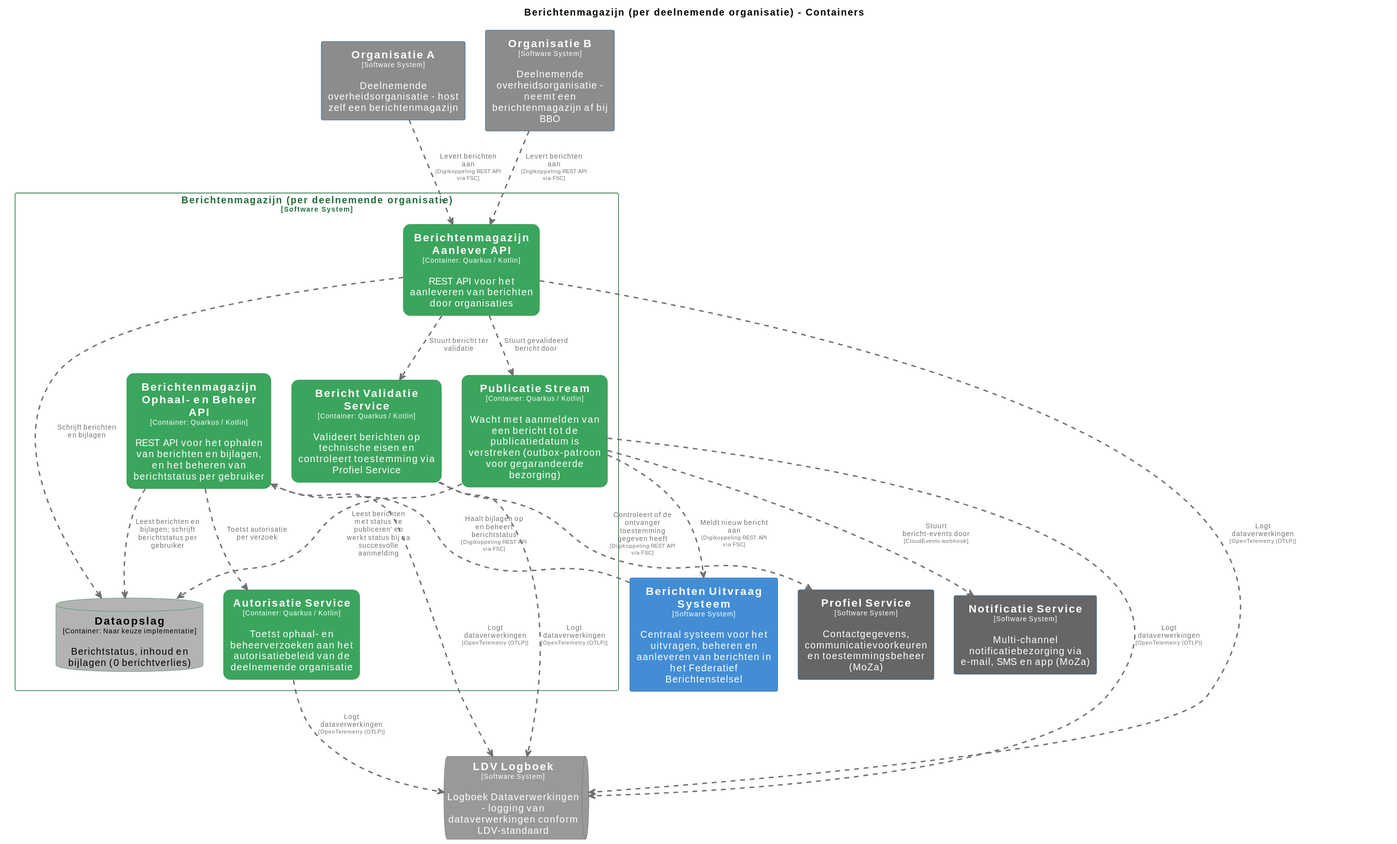
MinBZK/moza-poc-fbs-berichtenbox keeps this PlantUML diagram as pr-preview/pr-22/master/svg/BerichtenmagazijnContainers.svg. Above is the earlier version. Its source is kept beside it as pr-preview/pr-22/master/puml/BerichtenmagazijnContainers.puml.
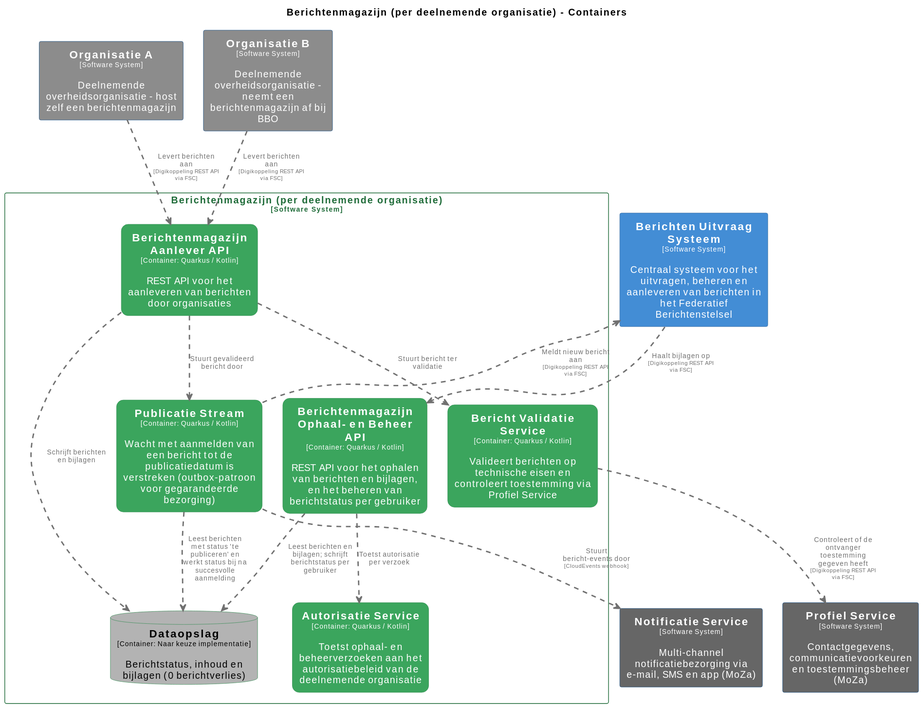
After the change.

Change to the diagram source:
```diff
@@ -55,12 +55,6 @@
   BorderColor #2d8a4e
   shadowing false
 }
-skinparam queue<<LDVLogboek>> {
-  BackgroundColor #999999
-  FontColor #ffffff
-  BorderColor #6b6b6b
-  shadowing false
-}
 skinparam rectangle<<NotificatieService>> {
   BackgroundColor #666666
   FontColor #ffffff
@@ -103,7 +97,6 @@
 rectangle "==Organisatie A\n<size:10>[Software System]</size>\n\nDeelnemende overheidsorganisatie - host zelf een berichtenmagazijn" <<OrganisatieA>> as OrganisatieA
 rectangle "==Organisatie B\n<size:10>[Software System]</size>\n\nDeelnemende overheidsorganisatie - neemt een berichtenmagazijn af bij BBO" <<OrganisatieB>> as OrganisatieB
 rectangle "==Berichten Uitvraag Systeem\n<size:10>[Software System]</size>\n\nCentraal systeem voor het uitvragen, beheren en aanleveren van berichten in het Federatief Berichtenstelsel" <<BerichtenUitvraagSysteem>> as BerichtenUitvraagSysteem
-queue "==LDV Logboek\n<size:10>[Software System]</size>\n\nLogboek Dataverwerkingen - logging van dataverwerkingen conform LDV-standaard" <<LDVLogboek>> as LDVLogboek
 
 rectangle "Berichtenmagazijn (per deelnemende organisatie)\n<size:10>[Software System]</size>" <<Berichtenmagazijnperdeelnemendeorganisatie>> {
   rectangle "==Berichtenmagazijn Ophaal- en Beheer API\n<size:10>[Container: Quarkus / Kotlin]</size>\n\nREST API voor het ophalen van berichten en bijlagen, en het beheren van berichtstatus per gebruiker" <<Berichtenmagazijnperdeelnemendeorganisatie.BerichtenmagazijnOphaalenBeheerAPI>> as Berichtenmagazijnperdeelnemendeorganisatie.BerichtenmagazijnOphaalenBeheerAPI
@@ -114,21 +107,16 @@
   rectangle "==Autorisatie Service\n<size:10>[Container: Quarkus / Kotlin]</size>\n\nToetst ophaal- en beheerverzoeken aan het autorisatiebeleid van de deelnemende organisatie" <<Berichtenmagazijnperdeelnemendeorganisatie.AutorisatieService>> as Berichtenmagazijnperdeelnemendeorganisatie.AutorisatieService
 }
 
+Berichtenmagazijnperdeelnemendeorganisatie.PublicatieStream .[#707070,thickness=2].> BerichtenUitvraagSysteem : "<color:#707070>Meldt nieuw bericht aan\n<color:#707070><size:8>[Digikoppeling REST API via FSC]</size>"
+Berichtenmagazijnperdeelnemendeorganisatie.PublicatieStream .[#707070,thickness=2].> NotificatieService : "<color:#707070>Stuurt bericht-events door\n<color:#707070><size:8>[CloudEvents webhook]</size>"
 OrganisatieA .[#707070,thickness=2].> Berichtenmagazijnperdeelnemendeorganisatie.BerichtenmagazijnAanleverAPI : "<color:#707070>Levert berichten aan\n<color:#707070><size:8>[Digikoppeling REST API via FSC]</size>"
 OrganisatieB .[#707070,thickness=2].> Berichtenmagazijnperdeelnemendeorganisatie.BerichtenmagazijnAanleverAPI : "<color:#707070>Levert berichten aan\n<color:#707070><size:8>[Digikoppeling REST API via FSC]</size>"
 Berichtenmagazijnperdeelnemendeorganisatie.BerichtValidatieService .[#707070,thickness=2].> ProfielService : "<color:#707070>Controleert of de ontvanger toestemming gegeven heeft\n<color:#707070><size:8>[Digikoppeling REST API via FSC]</size>"
-Berichtenmagazijnperdeelnemendeorganisatie.BerichtenmagazijnOphaalenBeheerAPI .[#707070,thickness=2].> LDVLogboek : "<color:#707070>Logt dataverwerkingen\n<color:#707070><size:8>[OpenTelemetry (OTLP)]</size>"
-Berichtenmagazijnperdeelnemendeorganisatie.BerichtenmagazijnAanleverAPI .[#707070,thickness=2].> LDVLogboek : "<color:#707070>Logt dataverwerkingen\n<color:#707070><size:8>[OpenTelemetry (OTLP)]</size>"
-Berichtenmagazijnperdeelnemendeorganisatie.BerichtValidatieService .[#707070,thickness=2].> LDVLogboek : "<color:#707070>Logt dataverwerkingen\n<color:#707070><size:8>[OpenTelemetry (OTLP)]</size>"
-Berichtenmagazijnperdeelnemendeorganisatie.AutorisatieService .[#707070,thickness=2].> LDVLogboek : "<color:#707070>Logt dataverwerkingen\n<color:#707070><size:8>[OpenTelemetry (OTLP)]</size>"
-Berichtenmagazijnperdeelnemendeorganisatie.PublicatieStream .[#707070,thickness=2].> LDVLogboek : "<color:#707070>Logt dataverwerkingen\n<color:#707070><size:8>[OpenTelemetry (OTLP)]</size>"
 Berichtenmagazijnperdeelnemendeorganisatie.BerichtenmagazijnOphaalenBeheerAPI .[#707070,thickness=2].> Berichtenmagazijnperdeelnemendeorganisatie.Dataopslag : "<color:#707070>Leest berichten en bijlagen; schrijft berichtstatus per gebruiker"
 Berichtenmagazijnperdeelnemendeorganisatie.BerichtenmagazijnAanleverAPI .[#707070,thickness=2].> Berichtenmagazijnperdeelnemendeorganisatie.Dataopslag : "<color:#707070>Schrijft berichten en bijlagen"
 Berichtenmagazijnperdeelnemendeorganisatie.BerichtenmagazijnAanleverAPI .[#707070,thickness=2].> Berichtenmagazijnperdeelnemendeorganisatie.BerichtValidatieService : "<color:#707070>Stuurt bericht ter validatie"
 Berichtenmagazijnperdeelnemendeorganisatie.BerichtenmagazijnAanleverAPI .[#707070,thickness=2].> Berichtenmagazijnperdeelnemendeorganisatie.PublicatieStream : "<color:#707070>Stuurt gevalideerd bericht door"
 Berichtenmagazijnperdeelnemendeorganisatie.PublicatieStream .[#707070,thickness=2].> Berichtenmagazijnperdeelnemendeorganisatie.Dataopslag : "<color:#707070>Leest berichten met status 'te publiceren' en werkt status bij na succesvolle aanmelding"
 Berichtenmagazijnperdeelnemendeorganisatie.BerichtenmagazijnOphaalenBeheerAPI .[#707070,thickness=2].> Berichtenmagazijnperdeelnemendeorganisatie.AutorisatieService : "<color:#707070>Toetst autorisatie per verzoek"
-BerichtenUitvraagSysteem .[#707070,thickness=2].> Berichtenmagazijnperdeelnemendeorganisatie.BerichtenmagazijnOphaalenBeheerAPI : "<color:#707070>Haalt bijlagen op en beheert berichtstatus\n<color:#707070><size:8>[Digikoppeling REST API via FSC]</size>"
-Berichtenmagazijnperdeelnemendeorganisatie.PublicatieStream .[#707070,thickness=2].> BerichtenUitvraagSysteem : "<color:#707070>Meldt nieuw bericht aan\n<color:#707070><size:8>[Digikoppeling REST API via FSC]</size>"
-Berichtenmagazijnperdeelnemendeorganisatie.PublicatieStream .[#707070,thickness=2].> NotificatieService : "<color:#707070>Stuurt bericht-events door\n<color:#707070><size:8>[CloudEvents webhook]</size>"
+BerichtenUitvraagSysteem .[#707070,thickness=2].> Berichtenmagazijnperdeelnemendeorganisatie.BerichtenmagazijnOphaalenBeheerAPI : "<color:#707070>Haalt bijlagen op\n<color:#707070><size:8>[Digikoppeling REST API via FSC]</size>"
 @enduml
```
